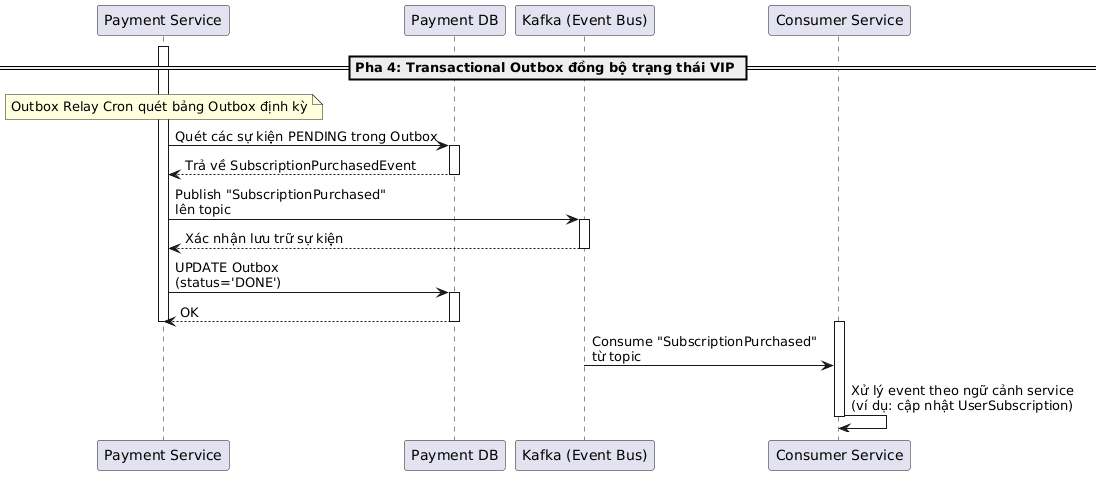
The PlantUML diagram temp/05-sequence/UML-Sequence-32.png in 20206205Tech/docs-uml, before a commit.
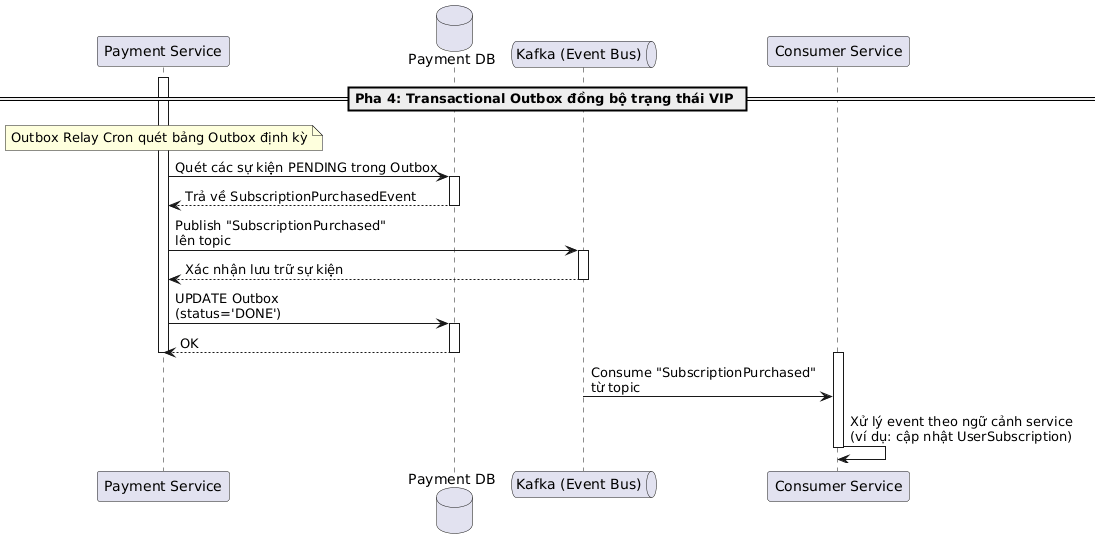
Later version of the same file.

Diff of the diagram source:
```diff
@@ -1,7 +1,7 @@
 @startuml
 participant "Payment Service" as PaymentService
-participant "Payment DB" as DB
-participant "Kafka (Event Bus)" as Kafka
+database "Payment DB" as DB
+queue "Kafka (Event Bus)" as Kafka
 participant "Consumer Service" as ConsumerService
 
 == Pha 4: Transactional Outbox đồng bộ trạng thái VIP ==
```
